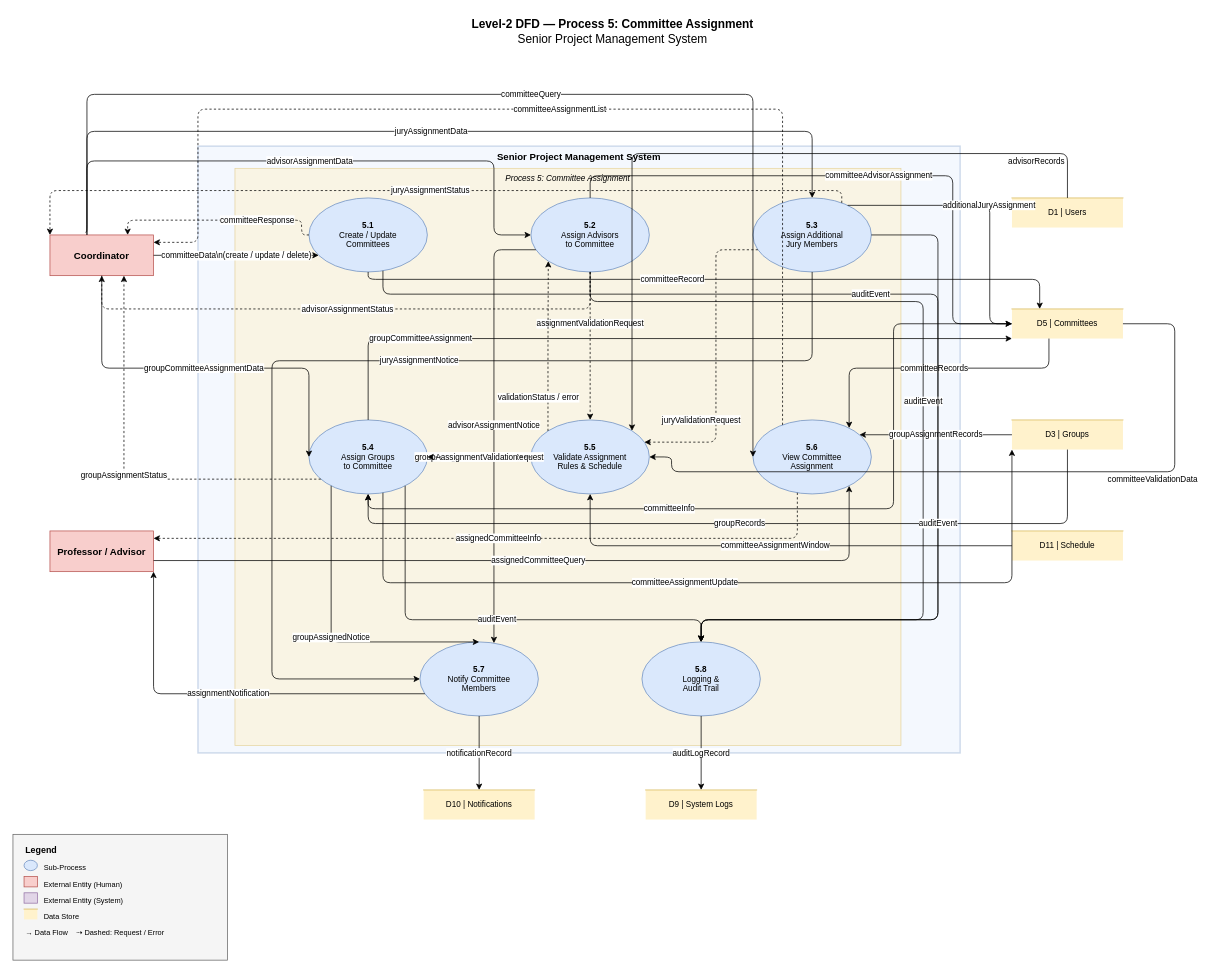
Earlier version of the draw.io diagram docs/dfd/dfd-level2-p5-committee-assignment.drawio (SE3318-Spring-2025-2026/senior-app-4). Source tidied: cells renumbered, new cells numbered last; positions are measured from the earlier drawing's top-left corner, leaving out a move shared by most shapes. Both pictures are drawn from the tidied source at 74%, with x=0, y=0 at pixel (13, 13).
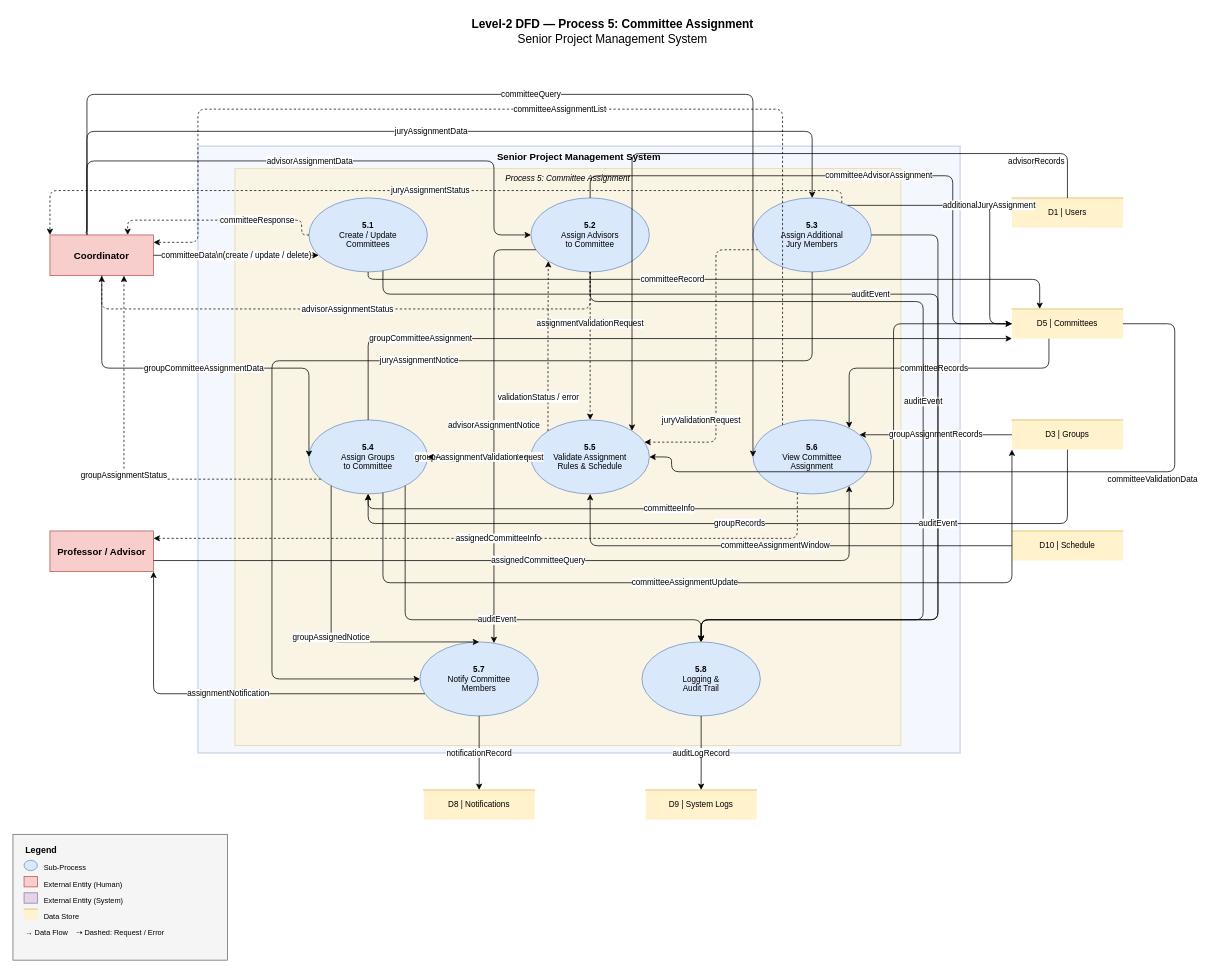
After the change.

Commit message (it also covers changes not shown here):
docs: update level-2 DFD diagrams with new process flows

The edit, as a diff of the source:
```diff
@@
-    <mxCell id="18" value="D11 | Schedule" style="shape=partialRectangle;whiteSpace=wrap;html=1;fillColor=#fff2cc;strokeColor=#d6b656;fontSize=11;top=1;left=0;right=0;bottom=0;" parent="1" vertex="1">
+    <mxCell id="18" value="D10 | Schedule" style="shape=partialRectangle;whiteSpace=wrap;html=1;fillColor=#fff2cc;strokeColor=#d6b656;fontSize=11;top=1;left=0;right=0;bottom=0;" parent="1" vertex="1">
       <mxGeometry x="1350" y="700" width="150" height="40" as="geometry" />
     </mxCell>
-    <mxCell id="19" value="D10 | Notifications" style="shape=partialRectangle;whiteSpace=wrap;html=1;fillColor=#fff2cc;strokeColor=#d6b656;fontSize=11;top=1;left=0;right=0;bottom=0;" parent="1" vertex="1">
+    <mxCell id="19" value="D8 | Notifications" style="shape=partialRectangle;whiteSpace=wrap;html=1;fillColor=#fff2cc;strokeColor=#d6b656;fontSize=11;top=1;left=0;right=0;bottom=0;" parent="1" vertex="1">
       <mxGeometry x="555" y="1050" width="150" height="40" as="geometry" />
     </mxCell>
```
